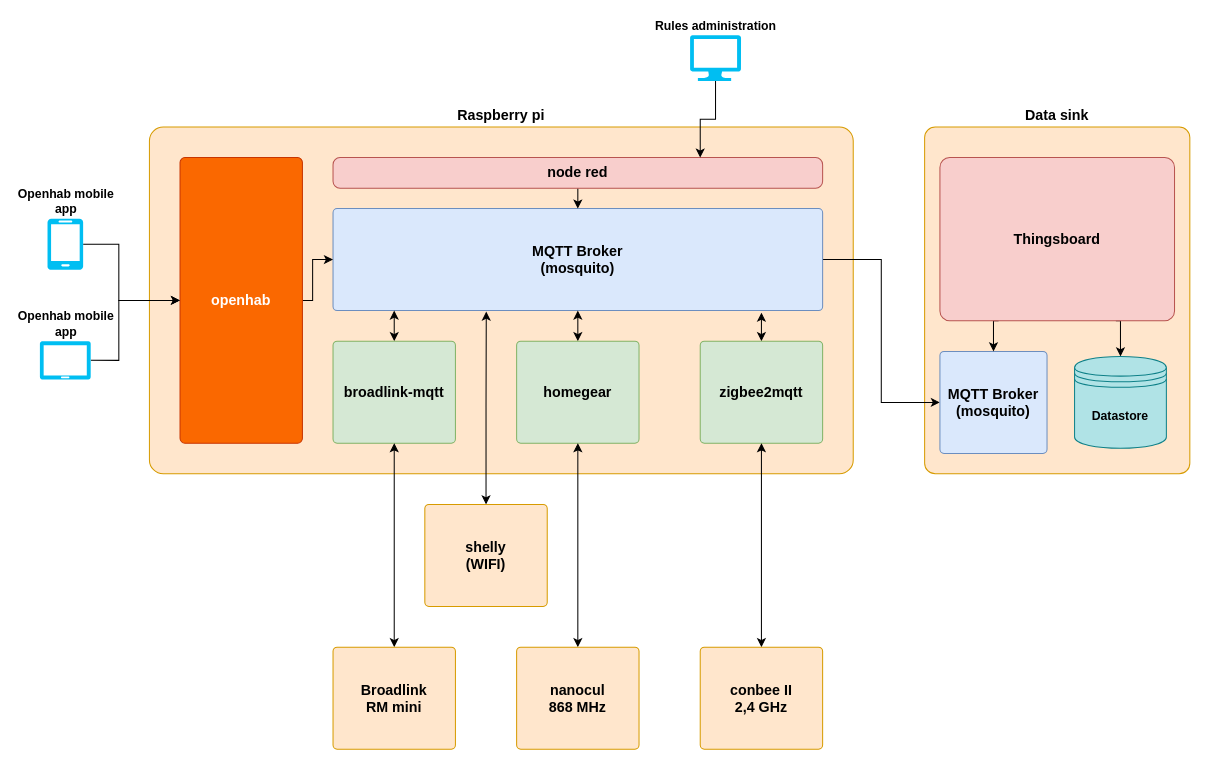
This is doc/draw.io/smarthome systemarchitektur.drawio from Broncko/vesta, a draw.io file, before an edit. Source tidied: cells renumbered, new cells numbered last; positions are measured from the earlier drawing's top-left corner, leaving out a move shared by most shapes. Both pictures are drawn from the tidied source at 102%, with x=0, y=0 at pixel (39, 35).
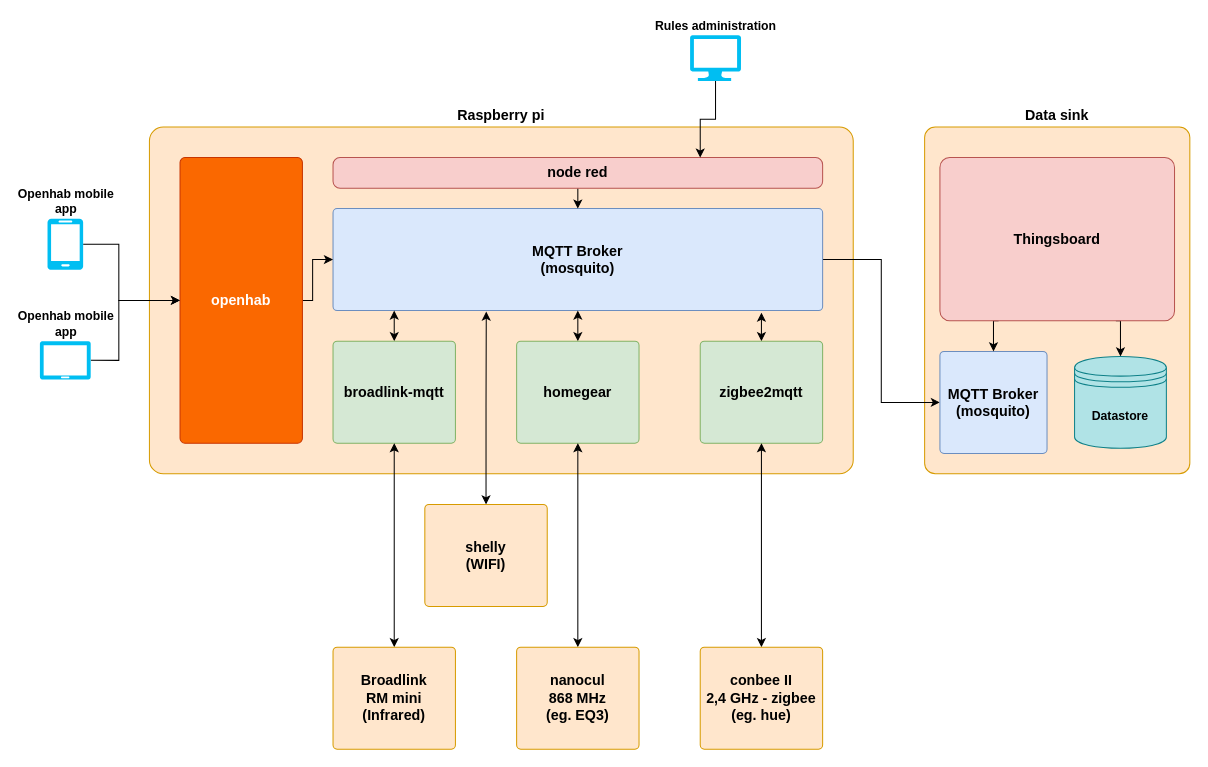
Above is the later version.

Commit message:
added connector vendor examples

Diff of the diagram source:
```diff
@@
-    <mxCell id="17" value="&lt;font style=&quot;font-size: 14px&quot;&gt;&lt;b&gt;Broadlink&lt;br&gt;RM mini&lt;br&gt;&lt;/b&gt;&lt;/font&gt;" style="rounded=1;whiteSpace=wrap;html=1;labelPosition=center;verticalLabelPosition=middle;align=center;verticalAlign=middle;fillColor=#ffe6cc;strokeColor=#d79b00;arcSize=4;" parent="1" vertex="1">
+    <mxCell id="17" value="&lt;font style=&quot;font-size: 14px&quot;&gt;&lt;b&gt;Broadlink&lt;br&gt;RM mini&lt;br&gt;(Infrared)&lt;br&gt;&lt;/b&gt;&lt;/font&gt;" style="rounded=1;whiteSpace=wrap;html=1;labelPosition=center;verticalLabelPosition=middle;align=center;verticalAlign=middle;fillColor=#ffe6cc;strokeColor=#d79b00;arcSize=4;" parent="1" vertex="1">
       <mxGeometry x="288" y="600" width="120" height="100" as="geometry" />
     </mxCell>
@@
-    <mxCell id="19" value="&lt;font style=&quot;font-size: 14px&quot;&gt;&lt;b&gt;nanocul&lt;br&gt;868 MHz&lt;br&gt;&lt;/b&gt;&lt;/font&gt;" style="rounded=1;whiteSpace=wrap;html=1;labelPosition=center;verticalLabelPosition=middle;align=center;verticalAlign=middle;fillColor=#ffe6cc;strokeColor=#d79b00;arcSize=4;" parent="1" vertex="1">
+    <mxCell id="19" value="&lt;font style=&quot;font-size: 14px&quot;&gt;&lt;b&gt;nanocul&lt;br&gt;868 MHz&lt;br&gt;(eg. EQ3)&lt;br&gt;&lt;/b&gt;&lt;/font&gt;" style="rounded=1;whiteSpace=wrap;html=1;labelPosition=center;verticalLabelPosition=middle;align=center;verticalAlign=middle;fillColor=#ffe6cc;strokeColor=#d79b00;arcSize=4;" parent="1" vertex="1">
       <mxGeometry x="468" y="600" width="120" height="100" as="geometry" />
     </mxCell>
@@
-    <mxCell id="21" value="&lt;font style=&quot;font-size: 14px&quot;&gt;&lt;b&gt;conbee II&lt;br&gt;2,4 GHz&lt;br&gt;&lt;/b&gt;&lt;/font&gt;" style="rounded=1;whiteSpace=wrap;html=1;labelPosition=center;verticalLabelPosition=middle;align=center;verticalAlign=middle;fillColor=#ffe6cc;strokeColor=#d79b00;arcSize=4;" parent="1" vertex="1">
+    <mxCell id="21" value="&lt;font style=&quot;font-size: 14px&quot;&gt;&lt;b&gt;conbee II&lt;br&gt;2,4 GHz - zigbee&lt;br&gt;(eg. hue)&lt;br&gt;&lt;/b&gt;&lt;/font&gt;" style="rounded=1;whiteSpace=wrap;html=1;labelPosition=center;verticalLabelPosition=middle;align=center;verticalAlign=middle;fillColor=#ffe6cc;strokeColor=#d79b00;arcSize=4;" parent="1" vertex="1">
       <mxGeometry x="648" y="600" width="120" height="100" as="geometry" />
     </mxCell>
```
